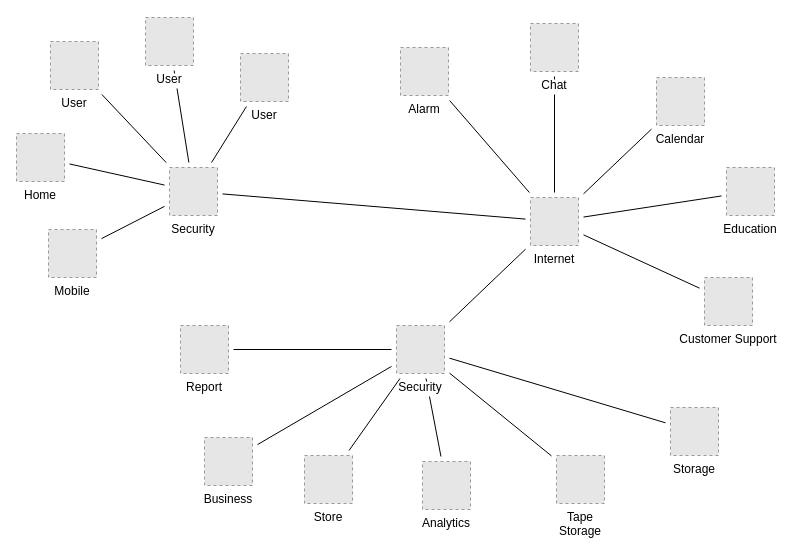
This is draws/Untitled Diagram.drawio from HidemaruOwO/drawio, a draw.io file, before an edit. Source tidied: cells renumbered, new cells numbered last; positions are measured from the earlier drawing's top-left corner, leaving out a move shared by most shapes. Both pictures are drawn from the tidied source at 100%, with x=0, y=0 at pixel (16, 17). Pictures stored in the file or linked from it are replaced by grey dashed boxes.
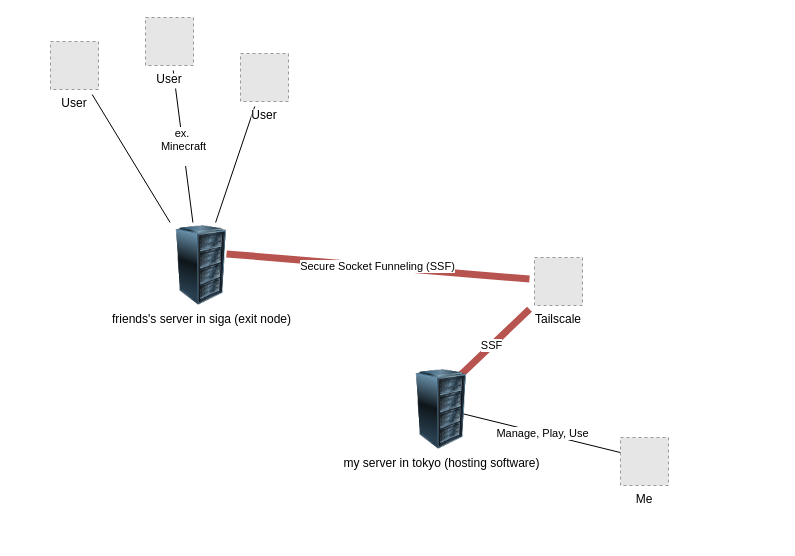
The same diagram, later.

The change refers to these unchanged cells:
```xml
<mxCell id="35" value="User" style="fillColor=#E6E6E6;strokeColor=#999999;dashed=1;verticalLabelPosition=bottom;verticalAlign=top;labelBackgroundColor=#ffffff;" parent="1" vertex="1">
  <mxGeometry x="34" y="24" width="48" height="48" as="geometry" />
</mxCell>
<mxCell id="36" value="User" style="fillColor=#E6E6E6;strokeColor=#999999;dashed=1;verticalLabelPosition=bottom;verticalAlign=top;labelBackgroundColor=#ffffff;" parent="1" vertex="1">
  <mxGeometry x="224" y="36" width="48" height="48" as="geometry" />
</mxCell>
<mxCell id="37" value="User" style="fillColor=#E6E6E6;strokeColor=#999999;dashed=1;verticalLabelPosition=bottom;verticalAlign=top;labelBackgroundColor=#ffffff;" parent="1" vertex="1">
  <mxGeometry x="129" width="48" height="48" as="geometry" />
</mxCell>
```

The edit, as a diff of the source:
```diff
@@
-    <mxCell id="2" style="edgeStyle=none;rounded=0;jettySize=auto;html=1;sourcePerimeterSpacing=5;endArrow=none;endFill=0;targetPerimeterSpacing=5;" parent="1" edge="1" source="21" target="31">
-      <mxGeometry relative="1" as="geometry" />
-    </mxCell>
-    <mxCell id="3" style="edgeStyle=none;rounded=0;jettySize=auto;html=1;sourcePerimeterSpacing=5;endArrow=none;endFill=0;targetPerimeterSpacing=5;" parent="1" edge="1" source="24" target="31">
-      <mxGeometry relative="1" as="geometry" />
-    </mxCell>
-    <mxCell id="4" style="edgeStyle=none;rounded=0;jettySize=auto;html=1;sourcePerimeterSpacing=5;endArrow=none;endFill=0;targetPerimeterSpacing=5;" parent="1" edge="1" source="30" target="26">
-      <mxGeometry relative="1" as="geometry" />
-    </mxCell>
-    <mxCell id="5" style="edgeStyle=none;rounded=0;jettySize=auto;html=1;sourcePerimeterSpacing=5;endArrow=none;endFill=0;targetPerimeterSpacing=5;" parent="1" edge="1" source="30" target="22">
-      <mxGeometry relative="1" as="geometry" />
-    </mxCell>
-    <mxCell id="6" style="edgeStyle=none;rounded=0;jettySize=auto;html=1;sourcePerimeterSpacing=5;endArrow=none;endFill=0;targetPerimeterSpacing=5;" parent="1" edge="1" source="30" target="32">
-      <mxGeometry relative="1" as="geometry" />
-    </mxCell>
-    <mxCell id="7" style="edgeStyle=none;rounded=0;jettySize=auto;html=1;sourcePerimeterSpacing=5;endArrow=none;endFill=0;targetPerimeterSpacing=5;" parent="1" edge="1" source="30" target="25">
-      <mxGeometry relative="1" as="geometry" />
-    </mxCell>
-    <mxCell id="8" style="edgeStyle=none;rounded=0;jettySize=auto;html=1;sourcePerimeterSpacing=5;endArrow=none;endFill=0;targetPerimeterSpacing=5;" parent="1" edge="1" source="30" target="23">
-      <mxGeometry relative="1" as="geometry" />
-    </mxCell>
-    <mxCell id="9" style="edgeStyle=none;rounded=0;jettySize=auto;html=1;sourcePerimeterSpacing=5;endArrow=none;endFill=0;targetPerimeterSpacing=5;" parent="1" edge="1" source="30" target="38">
-      <mxGeometry relative="1" as="geometry" />
+    <mxCell id="9" value="SSF" style="edgeStyle=none;rounded=0;jettySize=auto;html=1;sourcePerimeterSpacing=5;endArrow=none;endFill=0;targetPerimeterSpacing=5;fillColor=#f8cecc;strokeColor=#b85450;strokeWidth=7;" parent="1" edge="1" source="30">
+      <mxGeometry relative="1" as="geometry">
+        <mxPoint x="437" y="364.3" as="targetPoint" />
+      </mxGeometry>
     </mxCell>
-    <mxCell id="10" style="edgeStyle=none;rounded=0;jettySize=auto;html=1;sourcePerimeterSpacing=5;endArrow=none;endFill=0;targetPerimeterSpacing=5;" parent="1" edge="1" source="31" target="30">
-      <mxGeometry relative="1" as="geometry" />
+    <mxCell id="10" value="&lt;div&gt;Secure Socket Funneling (SSF)&lt;/div&gt;" style="edgeStyle=none;rounded=0;jettySize=auto;html=1;sourcePerimeterSpacing=5;endArrow=none;endFill=0;targetPerimeterSpacing=5;strokeWidth=7;fillColor=#f8cecc;strokeColor=#b85450;" parent="1" edge="1" target="30">
+      <mxGeometry relative="1" as="geometry">
+        <mxPoint x="210" y="236.4" as="sourcePoint" />
+      </mxGeometry>
     </mxCell>
-    <mxCell id="11" style="edgeStyle=none;rounded=0;jettySize=auto;html=1;sourcePerimeterSpacing=5;endArrow=none;endFill=0;targetPerimeterSpacing=5;" parent="1" edge="1" source="35" target="31">
-      <mxGeometry relative="1" as="geometry" />
+    <mxCell id="11" style="edgeStyle=none;rounded=0;jettySize=auto;html=1;sourcePerimeterSpacing=5;endArrow=none;endFill=0;targetPerimeterSpacing=5;" parent="1" edge="1" source="35">
+      <mxGeometry relative="1" as="geometry">
+        <mxPoint x="153.6" y="205" as="targetPoint" />
+      </mxGeometry>
     </mxCell>
-    <mxCell id="12" style="rounded=0;jettySize=auto;html=1;endArrow=none;endFill=0;sourcePerimeterSpacing=5;targetPerimeterSpacing=5;" parent="1" edge="1" source="36" target="31">
-      <mxGeometry relative="1" as="geometry" />
+    <mxCell id="12" style="rounded=0;jettySize=auto;html=1;endArrow=none;endFill=0;sourcePerimeterSpacing=5;targetPerimeterSpacing=5;" parent="1" edge="1" source="36">
+      <mxGeometry relative="1" as="geometry">
+        <mxPoint x="199.1" y="205" as="targetPoint" />
+      </mxGeometry>
     </mxCell>
-    <mxCell id="13" style="edgeStyle=none;rounded=0;jettySize=auto;html=1;sourcePerimeterSpacing=5;endArrow=none;endFill=0;targetPerimeterSpacing=5;" parent="1" edge="1" source="37" target="31">
-      <mxGeometry relative="1" as="geometry" />
+    <mxCell id="13" value="&lt;div&gt;ex.&amp;nbsp;&lt;/div&gt;&lt;div&gt;Minecraft&lt;/div&gt;&lt;div&gt;&lt;br&gt;&lt;/div&gt;" style="edgeStyle=none;rounded=0;jettySize=auto;html=1;sourcePerimeterSpacing=5;endArrow=none;endFill=0;targetPerimeterSpacing=5;" parent="1" edge="1" source="37">
+      <mxGeometry relative="1" as="geometry">
+        <mxPoint x="176.4" y="205" as="targetPoint" />
+      </mxGeometry>
     </mxCell>
-    <mxCell id="14" style="edgeStyle=none;rounded=0;jettySize=auto;html=1;sourcePerimeterSpacing=5;endArrow=none;endFill=0;targetPerimeterSpacing=5;" parent="1" edge="1" source="38" target="28">
-      <mxGeometry relative="1" as="geometry" />
+    <mxCell id="14" value="Manage, Play, Use" style="edgeStyle=none;rounded=0;orthogonalLoop=1;jettySize=auto;html=1;sourcePerimeterSpacing=5;endArrow=none;endFill=0;targetPerimeterSpacing=5;" parent="1" edge="1">
+      <mxGeometry relative="1" as="geometry">
+        <mxPoint x="429" y="392" as="sourcePoint" />
+        <mxPoint x="624" y="440" as="targetPoint" />
+      </mxGeometry>
     </mxCell>
-    <mxCell id="15" style="edgeStyle=none;rounded=0;jettySize=auto;html=1;sourcePerimeterSpacing=5;endArrow=none;endFill=0;targetPerimeterSpacing=5;" parent="1" edge="1" source="38" target="27">
-      <mxGeometry relative="1" as="geometry" />
-    </mxCell>
-    <mxCell id="16" style="edgeStyle=none;rounded=0;jettySize=auto;html=1;sourcePerimeterSpacing=5;endArrow=none;endFill=0;targetPerimeterSpacing=5;" parent="1" edge="1" source="38" target="34">
-      <mxGeometry relative="1" as="geometry" />
-    </mxCell>
-    <mxCell id="17" style="edgeStyle=none;rounded=0;jettySize=auto;html=1;sourcePerimeterSpacing=5;endArrow=none;endFill=0;targetPerimeterSpacing=5;" parent="1" edge="1" source="38" target="33">
-      <mxGeometry relative="1" as="geometry" />
-    </mxCell>
-    <mxCell id="18" style="edgeStyle=none;rounded=0;jettySize=auto;html=1;sourcePerimeterSpacing=5;endArrow=none;endFill=0;targetPerimeterSpacing=5;" parent="1" edge="1" source="38" target="20">
-      <mxGeometry relative="1" as="geometry" />
-    </mxCell>
-    <mxCell id="19" style="edgeStyle=none;rounded=0;jettySize=auto;html=1;sourcePerimeterSpacing=5;endArrow=none;endFill=0;targetPerimeterSpacing=5;" parent="1" edge="1" source="38" target="29">
-      <mxGeometry relative="1" as="geometry" />
-    </mxCell>
-    <mxCell id="20" value="Tape&#10;Storage" style="fillColor=#E6E6E6;strokeColor=#999999;dashed=1;verticalLabelPosition=bottom;verticalAlign=top;labelBackgroundColor=#ffffff;" parent="1" vertex="1">
-      <mxGeometry x="540" y="438" width="48" height="48" as="geometry" />
-    </mxCell>
-    <mxCell id="21" value="Mobile" style="fillColor=#E6E6E6;strokeColor=#999999;dashed=1;verticalLabelPosition=bottom;verticalAlign=top;labelBackgroundColor=#ffffff;" parent="1" vertex="1">
-      <mxGeometry x="32" y="212" width="48" height="48" as="geometry" />
-    </mxCell>
-    <mxCell id="22" value="Chat" style="fillColor=#E6E6E6;strokeColor=#999999;dashed=1;verticalLabelPosition=bottom;verticalAlign=top;labelBackgroundColor=#ffffff;" parent="1" vertex="1">
-      <mxGeometry x="514" y="6" width="48" height="48" as="geometry" />
-    </mxCell>
-    <mxCell id="23" value="Customer Support" style="fillColor=#E6E6E6;strokeColor=#999999;dashed=1;verticalLabelPosition=bottom;verticalAlign=top;labelBackgroundColor=#ffffff;" parent="1" vertex="1">
-      <mxGeometry x="688" y="260" width="48" height="48" as="geometry" />
-    </mxCell>
-    <mxCell id="24" value="Home" style="fillColor=#E6E6E6;strokeColor=#999999;dashed=1;verticalLabelPosition=bottom;verticalAlign=top;labelBackgroundColor=#ffffff;" parent="1" vertex="1">
-      <mxGeometry y="116" width="48" height="48" as="geometry" />
-    </mxCell>
-    <mxCell id="25" value="Education" style="fillColor=#E6E6E6;strokeColor=#999999;dashed=1;verticalLabelPosition=bottom;verticalAlign=top;labelBackgroundColor=#ffffff;" parent="1" vertex="1">
-      <mxGeometry x="710" y="150" width="48" height="48" as="geometry" />
-    </mxCell>
-    <mxCell id="26" value="Alarm" style="fillColor=#E6E6E6;strokeColor=#999999;dashed=1;verticalLabelPosition=bottom;verticalAlign=top;labelBackgroundColor=#ffffff;" parent="1" vertex="1">
-      <mxGeometry x="384" y="30" width="48" height="48" as="geometry" />
-    </mxCell>
-    <mxCell id="27" value="Business" style="fillColor=#E6E6E6;strokeColor=#999999;dashed=1;verticalLabelPosition=bottom;verticalAlign=top;labelBackgroundColor=#ffffff;" parent="1" vertex="1">
-      <mxGeometry x="188" y="420" width="48" height="48" as="geometry" />
-    </mxCell>
-    <mxCell id="28" value="Report" style="fillColor=#E6E6E6;strokeColor=#999999;dashed=1;verticalLabelPosition=bottom;verticalAlign=top;labelBackgroundColor=#ffffff;" parent="1" vertex="1">
-      <mxGeometry x="164" y="308" width="48" height="48" as="geometry" />
-    </mxCell>
-    <mxCell id="29" value="Storage" style="fillColor=#E6E6E6;strokeColor=#999999;dashed=1;verticalLabelPosition=bottom;verticalAlign=top;labelBackgroundColor=#ffffff;" parent="1" vertex="1">
-      <mxGeometry x="654" y="390" width="48" height="48" as="geometry" />
-    </mxCell>
-    <mxCell id="30" value="Internet" style="fillColor=#E6E6E6;strokeColor=#999999;dashed=1;verticalLabelPosition=bottom;verticalAlign=top;labelBackgroundColor=#ffffff;" parent="1" vertex="1">
-      <mxGeometry x="514" y="180" width="48" height="48" as="geometry" />
+    <mxCell id="30" value="Tailscale" style="fillColor=#E6E6E6;strokeColor=#999999;dashed=1;verticalLabelPosition=bottom;verticalAlign=top;labelBackgroundColor=#ffffff;" parent="1" vertex="1">
+      <mxGeometry x="518" y="240" width="48" height="48" as="geometry" />
     </mxCell>
-    <mxCell id="31" value="Security" style="fillColor=#E6E6E6;strokeColor=#999999;dashed=1;verticalLabelPosition=bottom;verticalAlign=top;labelBackgroundColor=#ffffff;" parent="1" vertex="1">
-      <mxGeometry x="153" y="150" width="48" height="48" as="geometry" />
-    </mxCell>
-    <mxCell id="32" value="Calendar" style="fillColor=#E6E6E6;strokeColor=#999999;dashed=1;verticalLabelPosition=bottom;verticalAlign=top;labelBackgroundColor=#ffffff;" parent="1" vertex="1">
-      <mxGeometry x="640" y="60" width="48" height="48" as="geometry" />
-    </mxCell>
-    <mxCell id="33" value="Analytics" style="fillColor=#E6E6E6;strokeColor=#999999;dashed=1;verticalLabelPosition=bottom;verticalAlign=top;labelBackgroundColor=#ffffff;" parent="1" vertex="1">
-      <mxGeometry x="406" y="444" width="48" height="48" as="geometry" />
-    </mxCell>
-    <mxCell id="34" value="Store" style="fillColor=#E6E6E6;strokeColor=#999999;dashed=1;verticalLabelPosition=bottom;verticalAlign=top;labelBackgroundColor=#ffffff;" parent="1" vertex="1">
-      <mxGeometry x="288" y="438" width="48" height="48" as="geometry" />
-    </mxCell>
@@
-    <mxCell id="38" value="Security" style="fillColor=#E6E6E6;strokeColor=#999999;dashed=1;verticalLabelPosition=bottom;verticalAlign=top;labelBackgroundColor=#ffffff;" parent="1" vertex="1">
-      <mxGeometry x="380" y="308" width="48" height="48" as="geometry" />
-    </mxCell>
+    <mxCell id="39" value="&lt;div&gt;friends's server in siga (exit node)&lt;br&gt;&lt;/div&gt;" style="image;html=1;image=img/lib/clip_art/computers/Server_Rack_128x128.png;" parent="1" vertex="1">
+      <mxGeometry x="145" y="208" width="80" height="80" as="geometry" />
+    </mxCell>
+    <mxCell id="40" value="&lt;div&gt;my server in tokyo (hosting software)&lt;br&gt;&lt;/div&gt;" style="image;html=1;image=img/lib/clip_art/computers/Server_Rack_128x128.png;" parent="1" vertex="1">
+      <mxGeometry x="385" y="352" width="80" height="80" as="geometry" />
+    </mxCell>
+    <mxCell id="41" value="Me" style="fillColor=#E6E6E6;strokeColor=#999999;dashed=1;verticalLabelPosition=bottom;verticalAlign=top;" parent="1" vertex="1">
+      <mxGeometry x="604" y="420" width="48" height="48" as="geometry" />
+    </mxCell>
```
